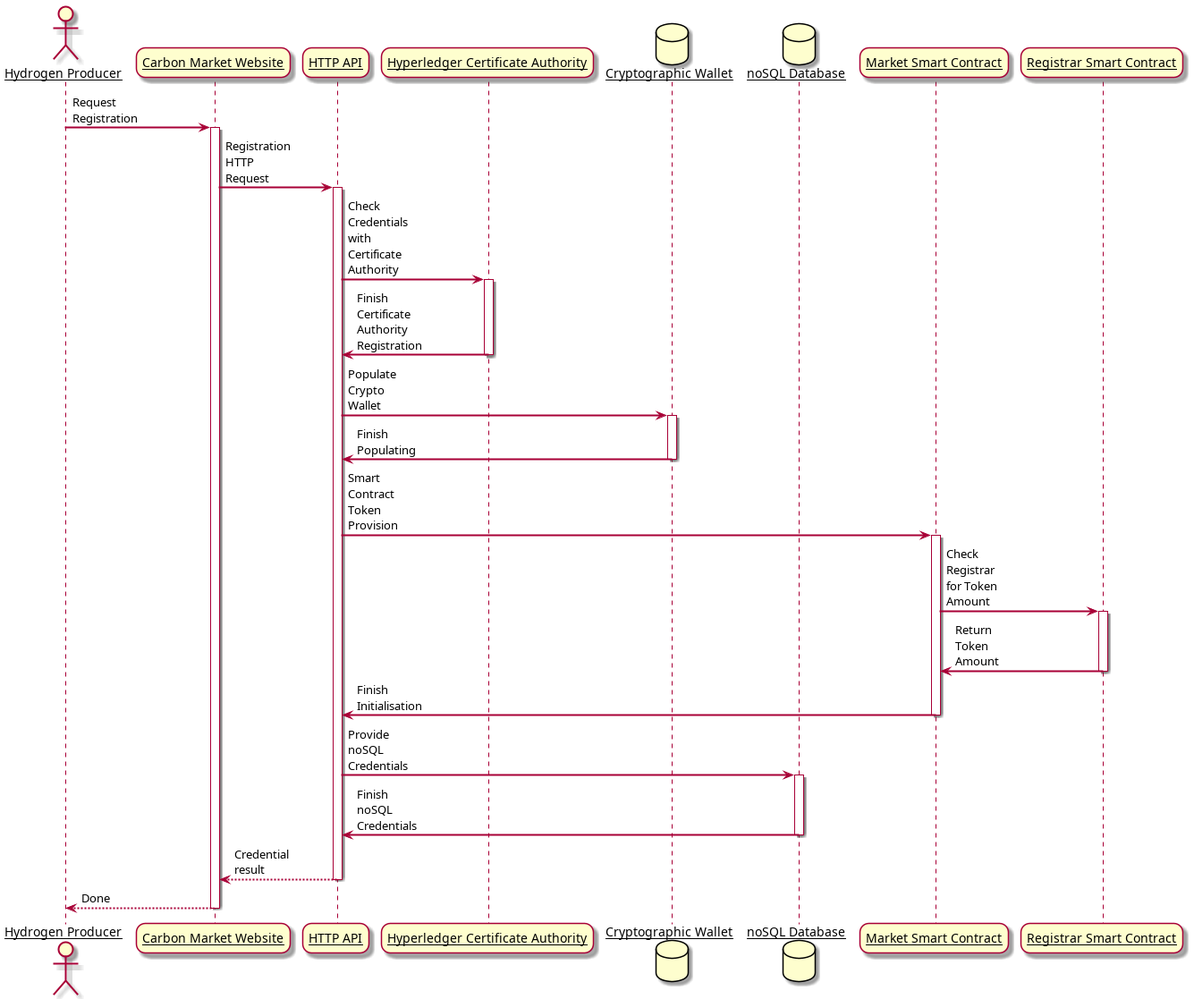
The PlantUML diagram diagrams/out/accountCreation/AccontCreation.png in oscargolding/Carboncoin-ESG, before a commit. Its diagram source:
```plantuml
@startuml AccontCreation
skinparam sequenceArrowThickness 2
skinparam roundcorner 20
skinparam maxmessagesize 60
skinparam sequenceParticipant underline

actor "Hydrogen Producer" as User
participant "Carbon Market Website" as A
participant "HTTP API" as B
participant "Hyperledger Certificate Authority" as C
database "Cryptographic Wallet" as D
database "noSQL Database" as E
participant "Market Smart Contract" as F
participant "Registrar Smart Contract" as G

User -> A: Request Registration
activate A

A -> B: Registration HTTP Request
activate B

B -> C: Check Credentials with Certificate Authority
activate C
C -> B: Finish Certificate Authority Registration
deactivate C
B -> D: Populate Crypto Wallet
activate D
D -> B: Finish Populating
deactivate D
B -> F: Smart Contract Token Provision
activate F
F -> G: Check Registrar for Token Amount
activate G
G -> F: Return Token Amount
deactivate G
F -> B: Finish Initialisation
deactivate F
B -> E: Provide noSQL Credentials
activate E
E -> B: Finish noSQL Credentials
deactivate E

B --> A: Credential result
deactivate B

A --> User: Done
deactivate A

@enduml
```
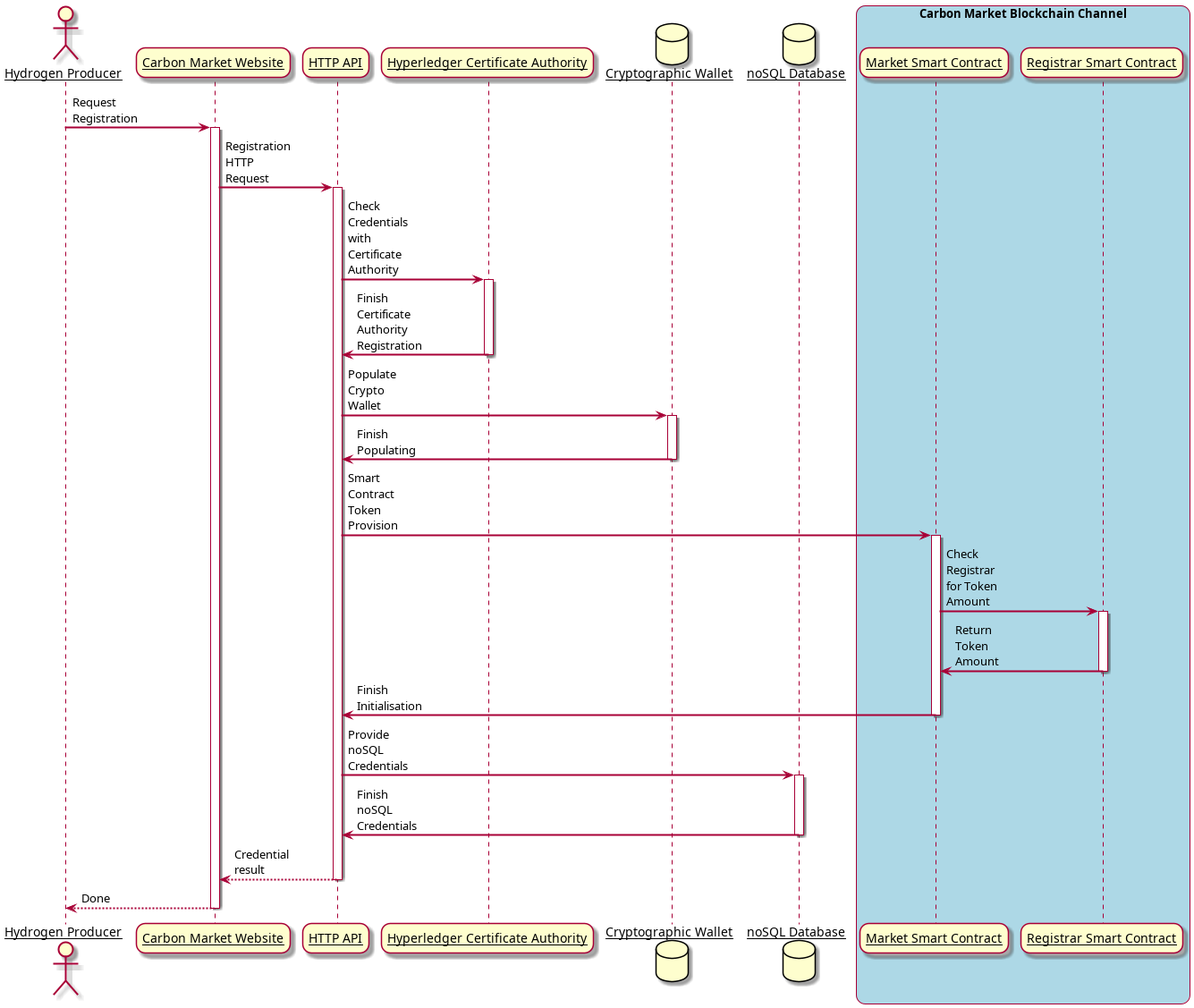
The same diagram one commit later.

What changed in the source:
```diff
@@ -10,6 +10,7 @@
 participant "Hyperledger Certificate Authority" as C
 database "Cryptographic Wallet" as D
 database "noSQL Database" as E
+box "Carbon Market Blockchain Channel" #LightBlue
 participant "Market Smart Contract" as F
 participant "Registrar Smart Contract" as G
 
```
